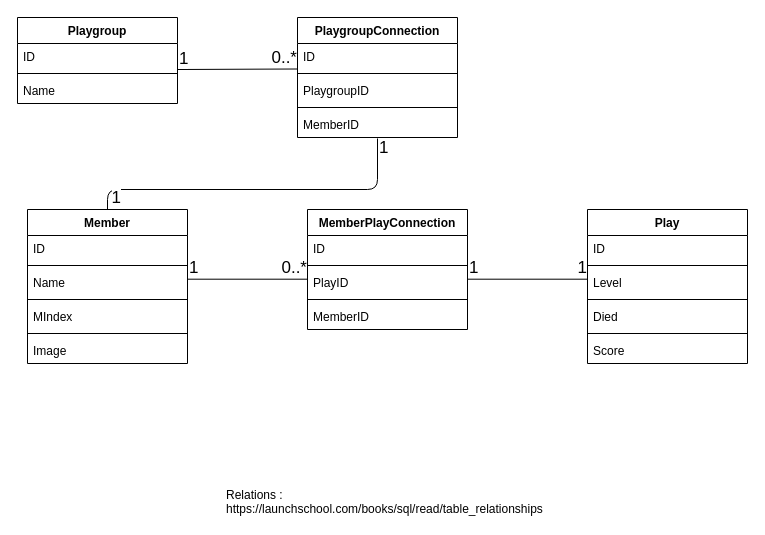
AsbjoernJC/BoardgameAppRNE keeps this draw.io diagram as DatabaseThougts.drawio. Above is the earlier version. Source tidied: cells renumbered, new cells numbered last; positions are measured from the earlier drawing's top-left corner, leaving out a move shared by most shapes. Both pictures are drawn from the tidied source at 100%, with x=0, y=0 at pixel (17, 17).
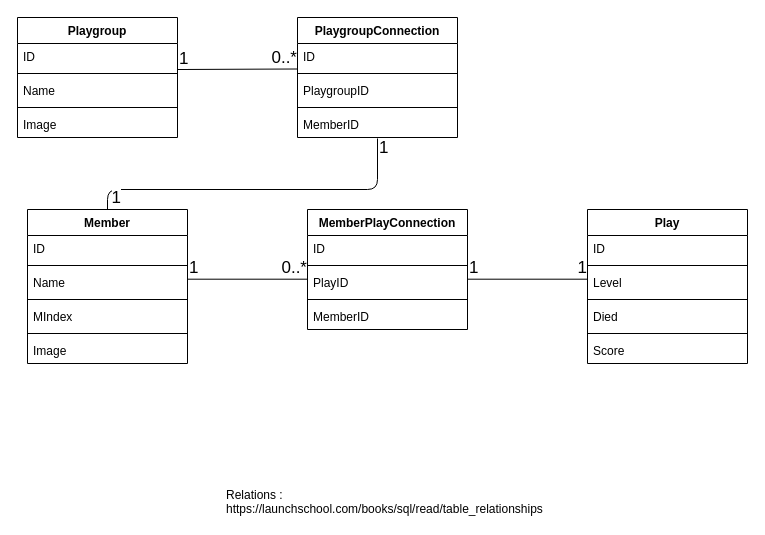
Above is the later version.

Change to the diagram source:
```diff
@@
     <mxCell id="2" value="Playgroup" style="swimlane;fontStyle=1;align=center;verticalAlign=top;horizontal=1;startSize=26;" parent="1" vertex="1">
-      <mxGeometry width="160" height="86" as="geometry" />
+      <mxGeometry width="160" height="120" as="geometry" />
     </mxCell>
@@
+    <mxCell id="48" style="line;strokeWidth=1;fillColor=none;align=left;verticalAlign=middle;spacingTop=-1;spacingLeft=3;spacingRight=3;labelPosition=right;" parent="2" vertex="1">
+      <mxGeometry y="86" width="160" height="8" as="geometry" />
+    </mxCell>
+    <mxCell id="49" value="Image" style="text;strokeColor=none;fillColor=none;align=left;verticalAlign=top;spacingLeft=4;spacingRight=4;overflow=hidden;" parent="2" vertex="1">
+      <mxGeometry y="94" width="160" height="26" as="geometry" />
+    </mxCell>
```
